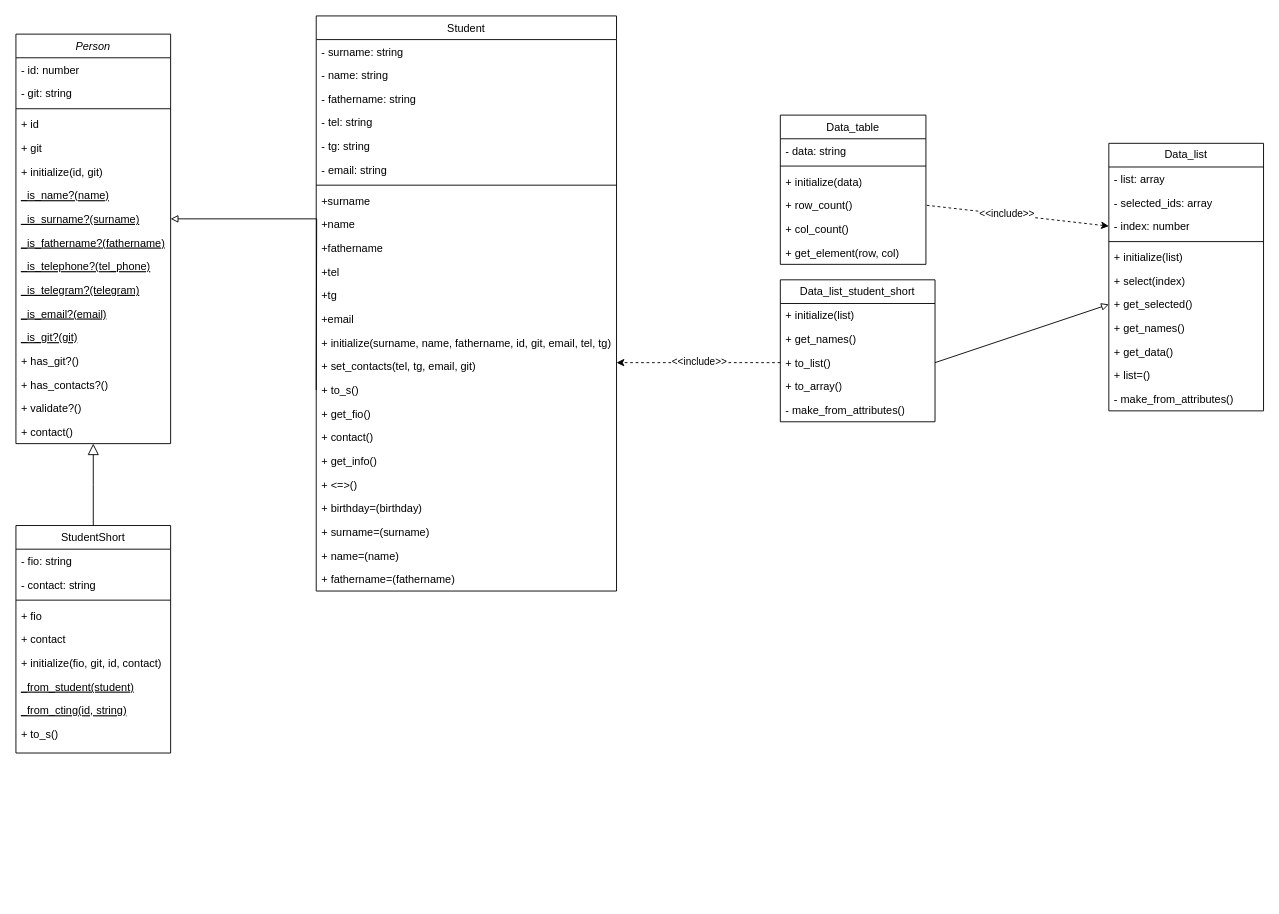
Above: Lab_Students/Class Diagram.drawio in lububuska/design_patterns (draw.io), before the change. Source tidied: cells renumbered, new cells numbered last; positions are measured from the earlier drawing's top-left corner, leaving out a move shared by most shapes. Both pictures are drawn from the tidied source at 91%, with x=0, y=0 at pixel (15, 15).
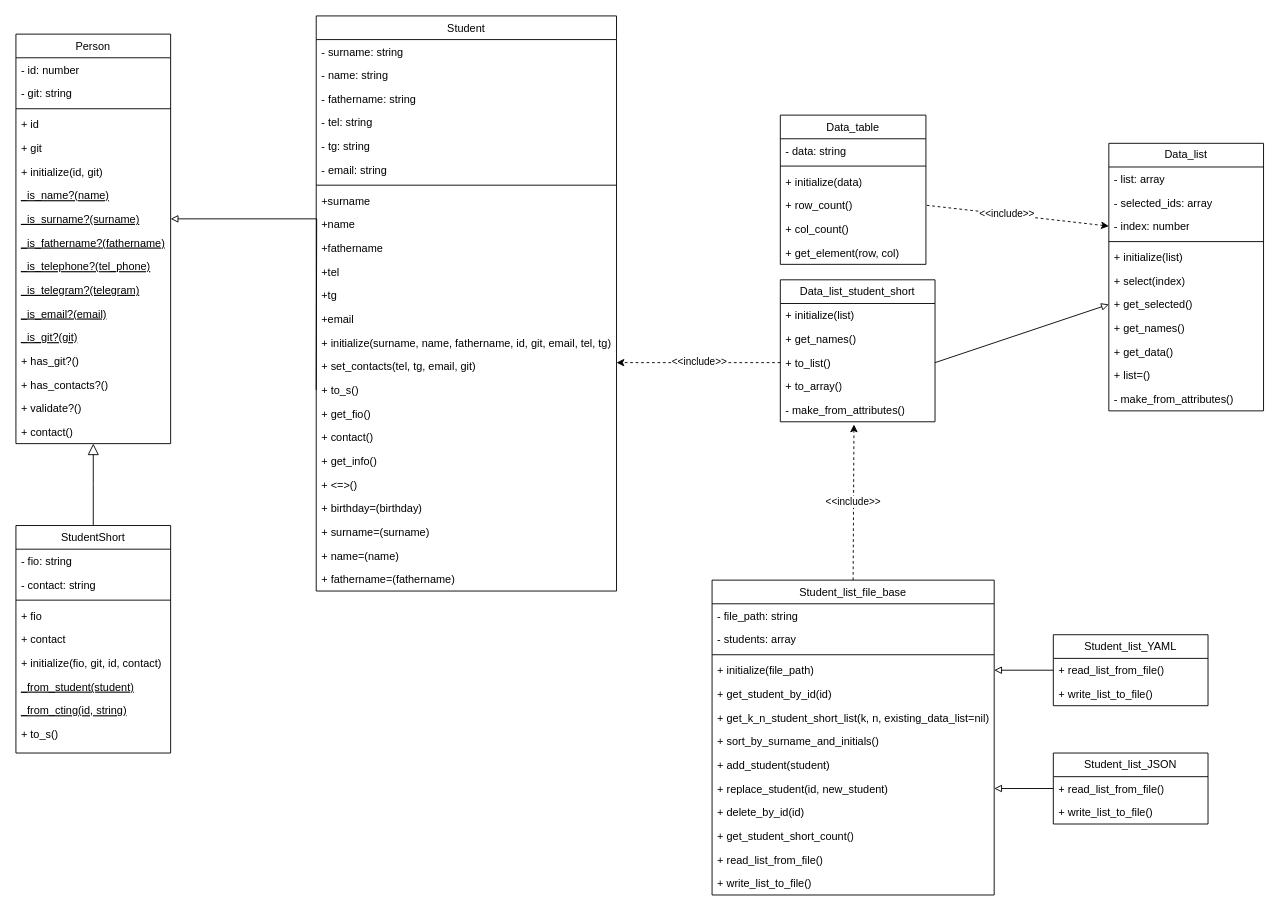
Above is the later version.

Commit message (it also covers changes not shown here):
lab4 task 4.2.4 add superclass and change class diagram

Unchanged cells that the change refers to:
```xml
<mxCell id="62" value="- make_from_attributes()" style="text;strokeColor=none;fillColor=none;align=left;verticalAlign=top;spacingLeft=4;spacingRight=4;overflow=hidden;points=[[0,0.5],[1,0.5]];portConstraint=eastwest;whiteSpace=wrap;html=1;" parent="57" vertex="1">
  <mxGeometry y="130" width="170" height="26" as="geometry" />
</mxCell>
```

Change to the diagram source:
```diff
@@
-    <mxCell id="2" value="Person" style="swimlane;fontStyle=2;align=center;verticalAlign=top;horizontal=1;startSize=26;rounded=0;shadow=0;strokeWidth=1;" parent="1" vertex="1">
+    <mxCell id="2" value="Person" style="swimlane;fontStyle=0;align=center;verticalAlign=top;horizontal=1;startSize=26;rounded=0;shadow=0;strokeWidth=1;" parent="1" vertex="1">
       <mxGeometry y="20" width="170" height="450" as="geometry" />
     </mxCell>
@@
+    <mxCell id="87" value="&amp;lt;&amp;lt;include&amp;gt;&amp;gt;" style="rounded=0;jettySize=auto;html=1;exitX=0.5;exitY=0;exitDx=0;exitDy=0;entryX=0.476;entryY=1.115;entryDx=0;entryDy=0;entryPerimeter=0;dashed=1;" parent="1" edge="1" source="88" target="62">
+      <mxGeometry relative="1" as="geometry" />
+    </mxCell>
+    <mxCell id="88" value="&lt;div style=&quot;font-weight: normal; font-size: 12px; line-height: 18px; white-space: pre;&quot;&gt;&lt;div style=&quot;&quot;&gt;&lt;font face=&quot;Helvetica&quot; style=&quot;color: rgb(0, 0, 0);&quot;&gt;Student_list_file_base&lt;/font&gt;&lt;/div&gt;&lt;/div&gt;" style="swimlane;fontStyle=0;horizontal=1;startSize=26;fillColor=none;whiteSpace=wrap;html=1;" parent="1" vertex="1">
+      <mxGeometry x="765" y="620" width="310" height="346" as="geometry" />
+    </mxCell>
+    <mxCell id="89" value="- file_path: string" style="text;strokeColor=none;fillColor=none;align=left;verticalAlign=top;spacingLeft=4;spacingRight=4;overflow=hidden;whiteSpace=wrap;html=1;" parent="88" vertex="1">
+      <mxGeometry y="26" width="310" height="26" as="geometry" />
+    </mxCell>
+    <mxCell id="90" value="- students: array" style="text;strokeColor=none;fillColor=none;align=left;verticalAlign=top;spacingLeft=4;spacingRight=4;overflow=hidden;whiteSpace=wrap;html=1;" parent="88" vertex="1">
+      <mxGeometry y="52" width="310" height="26" as="geometry" />
+    </mxCell>
+    <mxCell id="91" style="line;strokeWidth=1;fillColor=none;align=left;verticalAlign=middle;spacingTop=-1;spacingLeft=3;spacingRight=3;labelPosition=right;strokeColor=inherit;" parent="88" vertex="1">
+      <mxGeometry y="78" width="310" height="8" as="geometry" />
+    </mxCell>
+    <mxCell id="92" value="+ initialize(file_path)" style="text;strokeColor=none;fillColor=none;align=left;verticalAlign=top;spacingLeft=4;spacingRight=4;overflow=hidden;points=[[0,0.5],[1,0.5]];portConstraint=eastwest;whiteSpace=wrap;html=1;" parent="88" vertex="1">
+      <mxGeometry y="86" width="310" height="26" as="geometry" />
+    </mxCell>
+    <mxCell id="93" value="+&amp;nbsp;&lt;font face=&quot;Helvetica&quot; style=&quot;color: rgb(0, 0, 0);&quot;&gt;&lt;span style=&quot;white-space: pre;&quot;&gt;get_student_by_id&lt;/span&gt;&lt;span style=&quot;white-space: pre;&quot;&gt;(&lt;/span&gt;&lt;span style=&quot;white-space: pre;&quot;&gt;id&lt;/span&gt;&lt;span style=&quot;white-space: pre;&quot;&gt;)&lt;/span&gt;&lt;/font&gt;" style="text;strokeColor=none;fillColor=none;align=left;verticalAlign=top;spacingLeft=4;spacingRight=4;overflow=hidden;whiteSpace=wrap;html=1;" parent="88" vertex="1">
+      <mxGeometry y="112" width="310" height="26" as="geometry" />
+    </mxCell>
+    <mxCell id="94" value="+ get_k_n_student_short_list(k, n, existing_data_list=nil)" style="text;strokeColor=none;fillColor=none;align=left;verticalAlign=top;spacingLeft=4;spacingRight=4;overflow=hidden;whiteSpace=wrap;html=1;" parent="88" vertex="1">
+      <mxGeometry y="138" width="310" height="26" as="geometry" />
+    </mxCell>
+    <mxCell id="95" value="+ sort_by_surname_and_initials()" style="text;strokeColor=none;fillColor=none;align=left;verticalAlign=top;spacingLeft=4;spacingRight=4;overflow=hidden;whiteSpace=wrap;html=1;" parent="88" vertex="1">
+      <mxGeometry y="164" width="310" height="26" as="geometry" />
+    </mxCell>
+    <mxCell id="96" value="+ add_student(student)" style="text;strokeColor=none;fillColor=none;align=left;verticalAlign=top;spacingLeft=4;spacingRight=4;overflow=hidden;whiteSpace=wrap;html=1;" parent="88" vertex="1">
+      <mxGeometry y="190" width="310" height="26" as="geometry" />
+    </mxCell>
+    <mxCell id="97" value="+ replace_student(id, new_student)" style="text;strokeColor=none;fillColor=none;align=left;verticalAlign=top;spacingLeft=4;spacingRight=4;overflow=hidden;points=[[0,0.5],[1,0.5]];portConstraint=eastwest;whiteSpace=wrap;html=1;" parent="88" vertex="1">
+      <mxGeometry y="216" width="310" height="26" as="geometry" />
+    </mxCell>
+    <mxCell id="98" value="+ delete_by_id(id)" style="text;strokeColor=none;fillColor=none;align=left;verticalAlign=top;spacingLeft=4;spacingRight=4;overflow=hidden;whiteSpace=wrap;html=1;" parent="88" vertex="1">
+      <mxGeometry y="242" width="310" height="26" as="geometry" />
+    </mxCell>
+    <mxCell id="99" value="+ get_student_short_count()" style="text;strokeColor=none;fillColor=none;align=left;verticalAlign=top;spacingLeft=4;spacingRight=4;overflow=hidden;whiteSpace=wrap;html=1;" parent="88" vertex="1">
+      <mxGeometry y="268" width="310" height="26" as="geometry" />
+    </mxCell>
+    <mxCell id="100" value="+ read_list_from_file()" style="text;strokeColor=none;fillColor=none;align=left;verticalAlign=top;spacingLeft=4;spacingRight=4;overflow=hidden;whiteSpace=wrap;html=1;" parent="88" vertex="1">
+      <mxGeometry y="294" width="310" height="26" as="geometry" />
+    </mxCell>
+    <mxCell id="101" value="+ write_list_to_file()" style="text;strokeColor=none;fillColor=none;align=left;verticalAlign=top;spacingLeft=4;spacingRight=4;overflow=hidden;whiteSpace=wrap;html=1;" parent="88" vertex="1">
+      <mxGeometry y="320" width="310" height="26" as="geometry" />
+    </mxCell>
+    <mxCell id="102" value="Student_list_YAML" style="swimlane;fontStyle=0;horizontal=1;startSize=26;fillColor=none;whiteSpace=wrap;html=1;" parent="1" vertex="1">
+      <mxGeometry x="1140" y="680" width="170" height="78" as="geometry" />
+    </mxCell>
+    <mxCell id="103" value="+ read_list_from_file()" style="text;strokeColor=none;fillColor=none;align=left;verticalAlign=top;spacingLeft=4;spacingRight=4;overflow=hidden;points=[[0,0.5],[1,0.5]];portConstraint=eastwest;whiteSpace=wrap;html=1;" parent="102" vertex="1">
+      <mxGeometry y="26" width="170" height="26" as="geometry" />
+    </mxCell>
+    <mxCell id="104" value="+ write_list_to_file()" style="text;strokeColor=none;fillColor=none;align=left;verticalAlign=top;spacingLeft=4;spacingRight=4;overflow=hidden;whiteSpace=wrap;html=1;" parent="102" vertex="1">
+      <mxGeometry y="52" width="170" height="26" as="geometry" />
+    </mxCell>
+    <mxCell id="105" value="Student_list_JSON" style="swimlane;fontStyle=0;horizontal=1;startSize=26;fillColor=none;whiteSpace=wrap;html=1;" parent="1" vertex="1">
+      <mxGeometry x="1140" y="810" width="170" height="78" as="geometry" />
+    </mxCell>
+    <mxCell id="106" value="+ read_list_from_file()" style="text;strokeColor=none;fillColor=none;align=left;verticalAlign=top;spacingLeft=4;spacingRight=4;overflow=hidden;points=[[0,0.5],[1,0.5]];portConstraint=eastwest;whiteSpace=wrap;html=1;" parent="105" vertex="1">
+      <mxGeometry y="26" width="170" height="26" as="geometry" />
+    </mxCell>
+    <mxCell id="107" value="+ write_list_to_file()" style="text;strokeColor=none;fillColor=none;align=left;verticalAlign=top;spacingLeft=4;spacingRight=4;overflow=hidden;whiteSpace=wrap;html=1;" parent="105" vertex="1">
+      <mxGeometry y="52" width="170" height="26" as="geometry" />
+    </mxCell>
+    <mxCell id="108" style="rounded=0;jettySize=auto;html=1;exitX=0;exitY=0.5;exitDx=0;exitDy=0;entryX=1;entryY=0.5;entryDx=0;entryDy=0;endArrow=block;endFill=0;" parent="1" edge="1" source="103" target="92">
+      <mxGeometry relative="1" as="geometry" />
+    </mxCell>
+    <mxCell id="109" style="rounded=0;jettySize=auto;html=1;exitX=0;exitY=0.5;exitDx=0;exitDy=0;entryX=1;entryY=0.5;entryDx=0;entryDy=0;endArrow=block;endFill=0;" parent="1" edge="1" source="106" target="97">
+      <mxGeometry relative="1" as="geometry" />
+    </mxCell>
```
